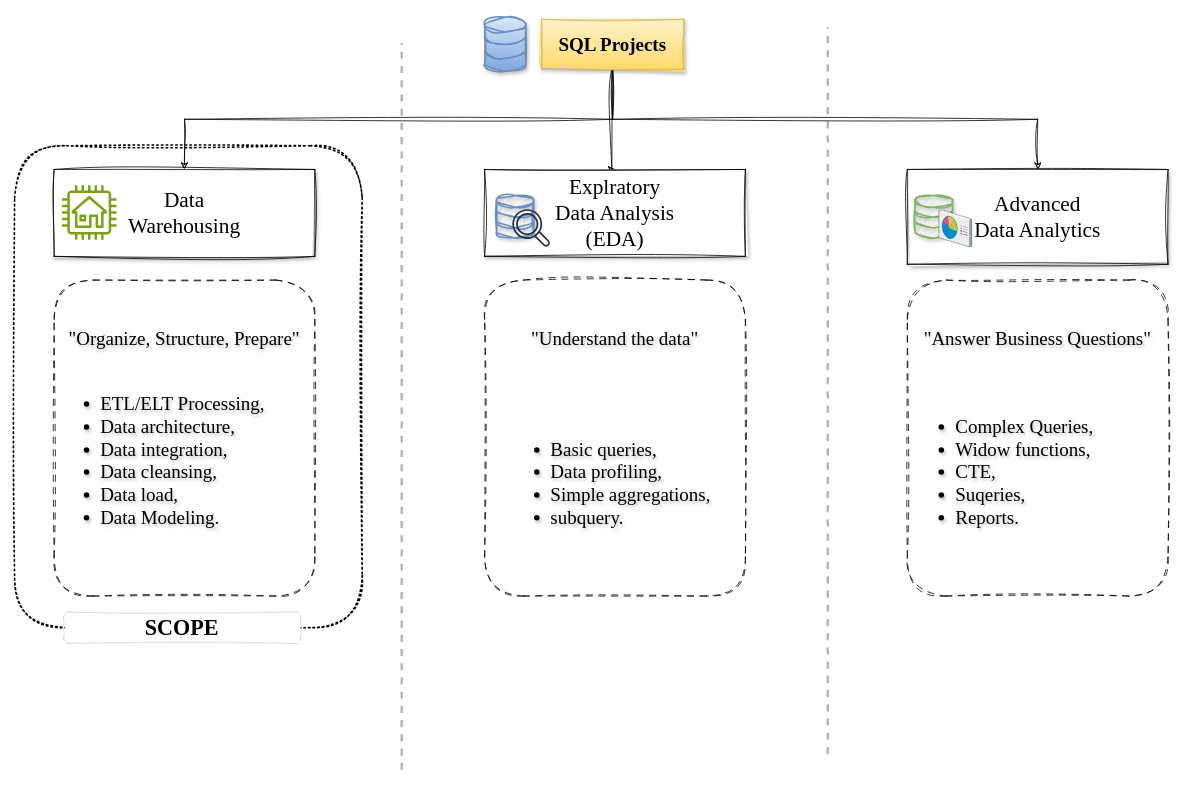
kms-gitgut/sql-data-warehouse-project keeps this draw.io diagram as docs/draw(io) templates/sql_projects_(data_warehouse_scope).drawio. Above is the earlier version. Source tidied: cells renumbered, new cells numbered last; positions are measured from the earlier drawing's top-left corner, leaving out a move shared by most shapes. Both pictures are drawn from the tidied source at 79%, with x=0, y=0 at pixel (14, 17).
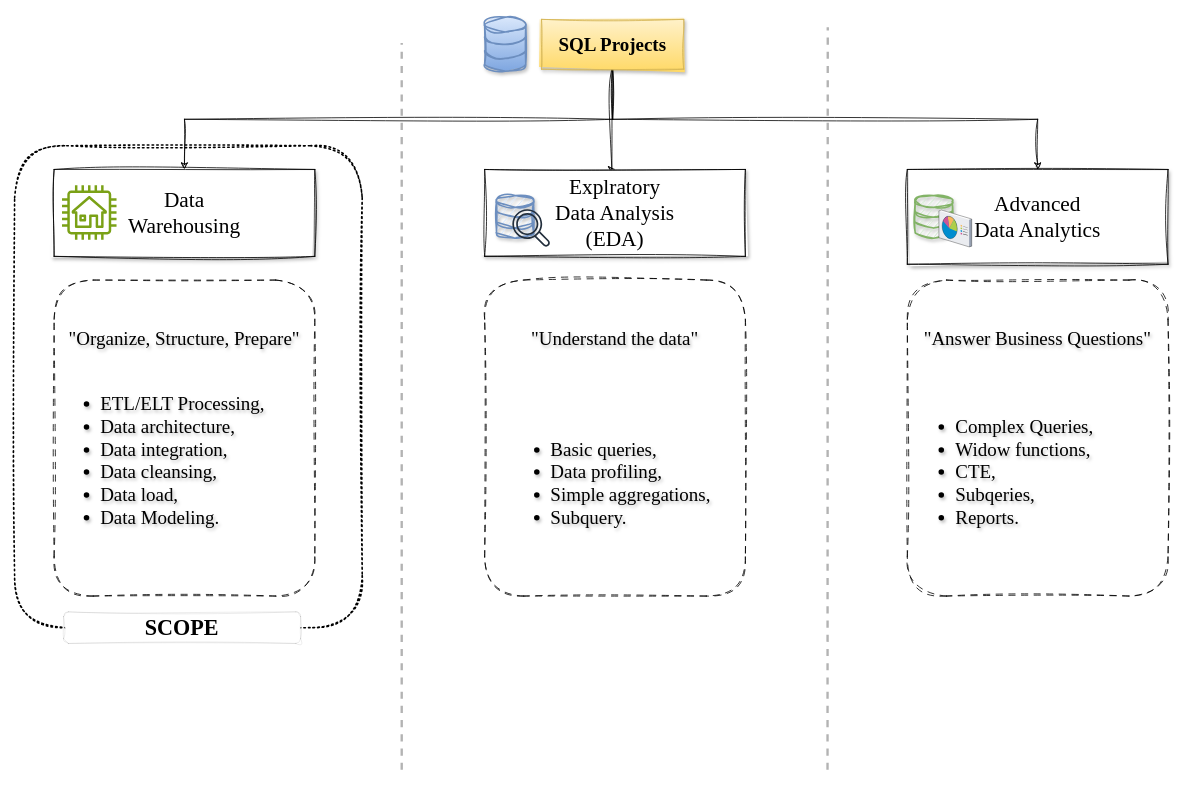
After the change.

The edit, as a diff of the source:
```diff
@@
     <mxCell id="2" style="endArrow=none;html=1;rounded=0;dashed=1;strokeWidth=3;strokeColor=#B3B3B3;" parent="1" edge="1">
       <mxGeometry relative="1" as="geometry">
-        <mxPoint x="1029.3" y="933" as="sourcePoint" />
+        <mxPoint x="1029" y="953" as="sourcePoint" />
         <mxPoint x="1029.3" y="13" as="targetPoint" />
       </mxGeometry>
     </mxCell>
@@
-    <mxCell id="18" value="&quot;Understand the data&quot;&lt;br&gt;&lt;br&gt;&lt;br&gt;&lt;br&gt;&lt;ul&gt;&lt;li style=&quot;text-align: left;&quot;&gt;Basic queries,&lt;/li&gt;&lt;li style=&quot;text-align: left;&quot;&gt;Data profiling,&lt;/li&gt;&lt;li style=&quot;text-align: left;&quot;&gt;Simple aggregations,&lt;/li&gt;&lt;li style=&quot;text-align: left;&quot;&gt;subquery.&lt;/li&gt;&lt;/ul&gt;" style="rounded=1;whiteSpace=wrap;html=1;fontFamily=Times New Roman;fontSize=24;textShadow=1;sketch=1;curveFitting=1;jiggle=2;dashed=1;dashPattern=8 8;" parent="1" vertex="1">
+    <mxCell id="18" value="&quot;Understand the data&quot;&lt;br&gt;&lt;br&gt;&lt;br&gt;&lt;br&gt;&lt;ul&gt;&lt;li style=&quot;text-align: left;&quot;&gt;Basic queries,&lt;/li&gt;&lt;li style=&quot;text-align: left;&quot;&gt;Data profiling,&lt;/li&gt;&lt;li style=&quot;text-align: left;&quot;&gt;Simple aggregations,&lt;/li&gt;&lt;li style=&quot;text-align: left;&quot;&gt;Subquery.&lt;/li&gt;&lt;/ul&gt;" style="rounded=1;whiteSpace=wrap;html=1;fontFamily=Times New Roman;fontSize=24;textShadow=1;sketch=1;curveFitting=1;jiggle=2;dashed=1;dashPattern=8 8;" parent="1" vertex="1">
       <mxGeometry x="595" y="333" width="330" height="400" as="geometry" />
     </mxCell>
-    <mxCell id="19" value="&quot;Answer Business Questions&quot;&lt;br&gt;&lt;br&gt;&lt;br&gt;&lt;ul&gt;&lt;li style=&quot;text-align: left;&quot;&gt;Complex Queries,&lt;/li&gt;&lt;li style=&quot;text-align: left;&quot;&gt;Widow functions,&lt;/li&gt;&lt;li style=&quot;text-align: left;&quot;&gt;CTE,&lt;/li&gt;&lt;li style=&quot;text-align: left;&quot;&gt;Suqeries,&lt;/li&gt;&lt;li style=&quot;text-align: left;&quot;&gt;Reports.&lt;/li&gt;&lt;/ul&gt;" style="rounded=1;whiteSpace=wrap;html=1;fontFamily=Times New Roman;fontSize=24;textShadow=1;sketch=1;curveFitting=1;jiggle=2;dashed=1;dashPattern=8 8;" parent="1" vertex="1">
+    <mxCell id="19" value="&quot;Answer Business Questions&quot;&lt;br&gt;&lt;br&gt;&lt;br&gt;&lt;ul&gt;&lt;li style=&quot;text-align: left;&quot;&gt;Complex Queries,&lt;/li&gt;&lt;li style=&quot;text-align: left;&quot;&gt;Widow functions,&lt;/li&gt;&lt;li style=&quot;text-align: left;&quot;&gt;CTE,&lt;/li&gt;&lt;li style=&quot;text-align: left;&quot;&gt;Subqeries,&lt;/li&gt;&lt;li style=&quot;text-align: left;&quot;&gt;Reports.&lt;/li&gt;&lt;/ul&gt;" style="rounded=1;whiteSpace=wrap;html=1;fontFamily=Times New Roman;fontSize=24;textShadow=1;sketch=1;curveFitting=1;jiggle=2;dashed=1;dashPattern=8 8;" parent="1" vertex="1">
       <mxGeometry x="1130" y="333" width="330" height="400" as="geometry" />
     </mxCell>
```
